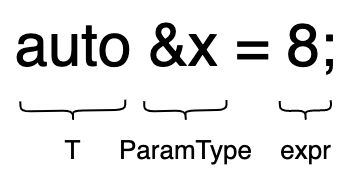
The draw.io diagram CS/Coding/Cpp/Cpp联邦/模版/auto推导与模板推导的关系.drawio.png in superwjfeng/MarkdownWriting, before a commit. Source tidied: cells renumbered, new cells last; positions are measured from the earlier drawing's top-left corner, leaving out a move shared by most shapes.
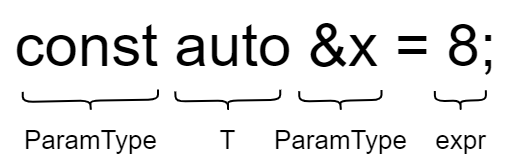
Above is the later version.

The edit, as a diff of the source:
```diff
@@ -2,8 +2,8 @@
   <root>
     <mxCell id="0" />
     <mxCell id="1" parent="0" />
-    <mxCell id="2" value="&lt;font style=&quot;font-size: 60px;&quot;&gt;auto &amp;amp;x = 8;&lt;/font&gt;" style="text;html=1;align=center;verticalAlign=middle;strokeColor=none;fillColor=none;" parent="1" vertex="1">
-      <mxGeometry width="350" height="90" as="geometry" />
+    <mxCell id="2" value="&lt;font style=&quot;font-size: 60px;&quot;&gt;const auto &amp;amp;x = 8;&lt;/font&gt;" style="text;html=1;align=center;verticalAlign=middle;strokeColor=none;fillColor=none;" parent="1" vertex="1">
+      <mxGeometry x="-155" y="10" width="510" height="90" as="geometry" />
     </mxCell>
     <mxCell id="3" style="shape=curlyBracket;whiteSpace=wrap;html=1;rounded=1;labelPosition=left;verticalLabelPosition=middle;align=right;verticalAlign=middle;rotation=-91;strokeWidth=2;" parent="1" vertex="1">
       <mxGeometry x="62.5" y="57.7" width="20" height="104.9" as="geometry" />
@@ -23,5 +23,11 @@
     <mxCell id="8" value="&lt;font style=&quot;font-size: 26px;&quot;&gt;expr&lt;/font&gt;" style="text;html=1;align=center;verticalAlign=middle;strokeColor=none;fillColor=none;" parent="1" vertex="1">
       <mxGeometry x="270" y="130" width="70" height="40" as="geometry" />
     </mxCell>
+    <mxCell id="9" style="shape=curlyBracket;whiteSpace=wrap;html=1;rounded=1;labelPosition=left;verticalLabelPosition=middle;align=right;verticalAlign=middle;rotation=-91;strokeWidth=2;" parent="1" vertex="1">
+      <mxGeometry x="-75" y="42.6" width="20" height="135.3" as="geometry" />
+    </mxCell>
+    <mxCell id="10" value="&lt;font style=&quot;font-size: 26px;&quot;&gt;ParamType&lt;/font&gt;" style="text;html=1;align=center;verticalAlign=middle;strokeColor=none;fillColor=none;" parent="1" vertex="1">
+      <mxGeometry x="-145" y="130" width="160" height="40" as="geometry" />
+    </mxCell>
   </root>
 </mxGraphModel>
```
